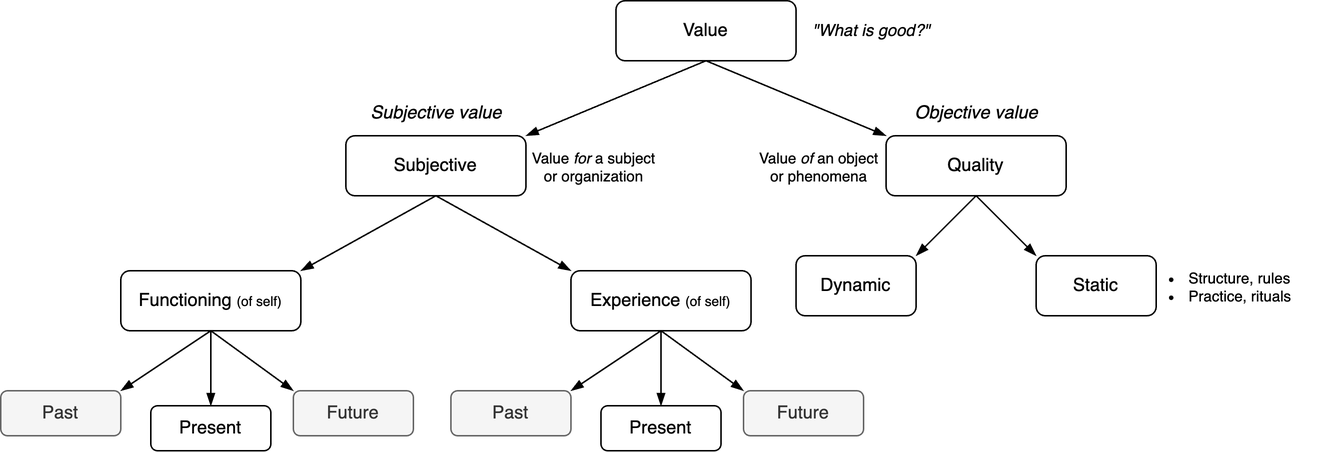
voschezang/coding-handbook keeps this draw.io diagram as img/subjective-quality.png. Above is the earlier version. Source tidied: cells renumbered, new cells last; positions are measured from the earlier drawing's top-left corner, leaving out a move shared by most shapes.
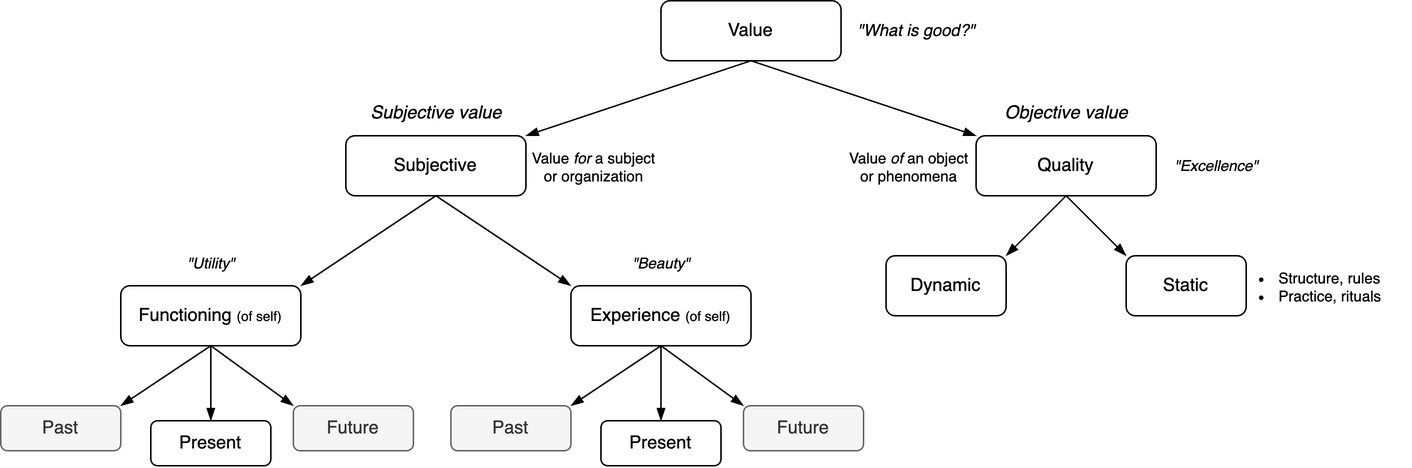
Later version of the same file.

Commit message:
extend img quality

Diff of the diagram source:
```diff
@@ -6,7 +6,7 @@
       <mxGeometry x="230" y="90" width="120" height="40" as="geometry" />
     </mxCell>
     <mxCell id="3" value="&lt;span&gt;Quality&lt;/span&gt;" style="rounded=1;whiteSpace=wrap;html=1;fontStyle=0;strokeColor=default;" parent="1" vertex="1">
-      <mxGeometry x="590" y="90" width="120" height="40" as="geometry" />
+      <mxGeometry x="650" y="90" width="120" height="40" as="geometry" />
     </mxCell>
     <mxCell id="4" style="rounded=0;jettySize=auto;html=1;exitX=0.5;exitY=1;exitDx=0;exitDy=0;entryX=1;entryY=0;entryDx=0;entryDy=0;endArrow=blockThin;endFill=1;fontStyle=0;" parent="1" edge="1" source="6" target="2">
       <mxGeometry relative="1" as="geometry" />
@@ -15,7 +15,7 @@
       <mxGeometry relative="1" as="geometry" />
     </mxCell>
     <mxCell id="6" value="&lt;span&gt;Value&lt;/span&gt;" style="rounded=1;whiteSpace=wrap;html=1;fontStyle=0;" parent="1" vertex="1">
-      <mxGeometry x="410" width="120" height="40" as="geometry" />
+      <mxGeometry x="440" width="120" height="40" as="geometry" />
     </mxCell>
     <mxCell id="7" style="edgeStyle=none;shape=connector;rounded=0;jettySize=auto;html=1;exitX=0.5;exitY=1;exitDx=0;exitDy=0;entryX=1;entryY=0;entryDx=0;entryDy=0;labelBackgroundColor=default;strokeColor=default;align=center;verticalAlign=middle;fontFamily=Helvetica;fontSize=11;fontColor=default;endArrow=blockThin;endFill=1;fontStyle=0;" parent="1" edge="1" source="10" target="15">
       <mxGeometry relative="1" as="geometry" />
@@ -27,10 +27,10 @@
       <mxGeometry relative="1" as="geometry" />
     </mxCell>
     <mxCell id="10" value="&lt;span&gt;Functioning&amp;nbsp;&lt;/span&gt;&lt;font style=&quot;font-size: 9px;&quot;&gt;(of self)&lt;/font&gt;" style="rounded=1;whiteSpace=wrap;html=1;fontStyle=0;" parent="1" vertex="1">
-      <mxGeometry x="80" y="180" width="120" height="40" as="geometry" />
+      <mxGeometry x="80" y="190" width="120" height="40" as="geometry" />
     </mxCell>
     <mxCell id="11" value="&lt;span&gt;Experience&lt;/span&gt; &lt;font style=&quot;font-size: 9px;&quot;&gt;(of self)&lt;/font&gt;" style="rounded=1;whiteSpace=wrap;html=1;fontStyle=0;" parent="1" vertex="1">
-      <mxGeometry x="380" y="180" width="120" height="40" as="geometry" />
+      <mxGeometry x="380" y="190" width="120" height="40" as="geometry" />
     </mxCell>
     <mxCell id="12" style="rounded=0;jettySize=auto;html=1;exitX=0.5;exitY=1;exitDx=0;exitDy=0;entryX=1;entryY=0;entryDx=0;entryDy=0;endArrow=blockThin;endFill=1;fontStyle=0;" parent="1" edge="1" source="2" target="10">
       <mxGeometry relative="1" as="geometry" />
@@ -41,71 +41,80 @@
       </mxGeometry>
     </mxCell>
     <mxCell id="14" value="&lt;span style=&quot;&quot;&gt;Future&lt;/span&gt;" style="rounded=1;whiteSpace=wrap;html=1;fontStyle=0;fillColor=#f5f5f5;fontColor=#333333;strokeColor=#666666;" parent="1" vertex="1">
-      <mxGeometry x="195" y="260" width="80" height="30" as="geometry" />
+      <mxGeometry x="195" y="270" width="80" height="30" as="geometry" />
     </mxCell>
     <mxCell id="15" value="&lt;span style=&quot;&quot;&gt;Past&lt;/span&gt;" style="rounded=1;whiteSpace=wrap;html=1;fontStyle=0;fillColor=#f5f5f5;fontColor=#333333;strokeColor=#666666;" parent="1" vertex="1">
-      <mxGeometry y="260" width="80" height="30" as="geometry" />
+      <mxGeometry y="270" width="80" height="30" as="geometry" />
     </mxCell>
     <mxCell id="16" value="&lt;i&gt;&quot;What is good?&quot;&lt;/i&gt;" style="text;html=1;align=center;verticalAlign=middle;strokeColor=none;fillColor=none;fontSize=11;fontFamily=Helvetica;fontColor=default;fontStyle=0;" parent="1" vertex="1">
-      <mxGeometry x="530" y="5" width="100" height="30" as="geometry" />
+      <mxGeometry x="560" y="5" width="100" height="30" as="geometry" />
     </mxCell>
     <mxCell id="17" value="Value &lt;i&gt;for&lt;/i&gt; a subject &lt;br style=&quot;font-size: 10px;&quot;&gt;or organization" style="text;html=1;align=center;verticalAlign=middle;strokeColor=none;fillColor=none;fontSize=10;fontFamily=Helvetica;fontColor=default;fontStyle=0;" parent="1" vertex="1">
       <mxGeometry x="340" y="90" width="110" height="40" as="geometry" />
     </mxCell>
     <mxCell id="18" value="Value &lt;i&gt;of&lt;/i&gt; an object &lt;br&gt;or phenomena" style="text;html=1;align=center;verticalAlign=middle;strokeColor=none;fillColor=none;fontSize=10;fontFamily=Helvetica;fontColor=default;fontStyle=0;" parent="1" vertex="1">
-      <mxGeometry x="495" y="90" width="100" height="40" as="geometry" />
+      <mxGeometry x="555" y="90" width="100" height="40" as="geometry" />
     </mxCell>
     <mxCell id="19" value="Objective value" style="text;html=1;align=center;verticalAlign=middle;strokeColor=none;fillColor=none;fontStyle=2;" parent="1" vertex="1">
-      <mxGeometry x="595" y="60" width="110" height="30" as="geometry" />
+      <mxGeometry x="655" y="60" width="110" height="30" as="geometry" />
     </mxCell>
     <mxCell id="20" value="Subjective value" style="text;html=1;align=center;verticalAlign=middle;strokeColor=none;fillColor=none;fontStyle=2;" parent="1" vertex="1">
       <mxGeometry x="235" y="60" width="110" height="30" as="geometry" />
     </mxCell>
     <mxCell id="21" value="Dynamic" style="rounded=1;whiteSpace=wrap;html=1;fontStyle=0;" parent="1" vertex="1">
-      <mxGeometry x="530" y="170" width="80" height="40" as="geometry" />
+      <mxGeometry x="590" y="170" width="80" height="40" as="geometry" />
     </mxCell>
     <mxCell id="22" value="Static" style="rounded=1;whiteSpace=wrap;html=1;fontStyle=0;" parent="1" vertex="1">
-      <mxGeometry x="690" y="170" width="80" height="40" as="geometry" />
+      <mxGeometry x="750" y="170" width="80" height="40" as="geometry" />
     </mxCell>
     <mxCell id="23" style="rounded=0;jettySize=auto;html=1;exitX=0.5;exitY=1;exitDx=0;exitDy=0;entryX=1;entryY=0;entryDx=0;entryDy=0;endArrow=blockThin;endFill=1;fontStyle=0;" parent="1" edge="1" target="21">
       <mxGeometry relative="1" as="geometry">
-        <mxPoint x="650" y="130" as="sourcePoint" />
+        <mxPoint x="710" y="130" as="sourcePoint" />
       </mxGeometry>
     </mxCell>
     <mxCell id="24" style="edgeStyle=none;shape=connector;rounded=0;jettySize=auto;html=1;entryX=0;entryY=0;entryDx=0;entryDy=0;labelBackgroundColor=default;strokeColor=default;align=center;verticalAlign=middle;fontFamily=Helvetica;fontSize=11;fontColor=default;endArrow=blockThin;endFill=1;fontStyle=0;" parent="1" edge="1" target="22">
       <mxGeometry relative="1" as="geometry">
-        <mxPoint x="650" y="130" as="sourcePoint" />
+        <mxPoint x="710" y="130" as="sourcePoint" />
       </mxGeometry>
     </mxCell>
     <mxCell id="25" value="&lt;span style=&quot;&quot;&gt;Present&lt;/span&gt;" style="rounded=1;whiteSpace=wrap;html=1;fontStyle=0;" parent="1" vertex="1">
-      <mxGeometry x="100" y="270" width="80" height="30" as="geometry" />
+      <mxGeometry x="100" y="280" width="80" height="30" as="geometry" />
     </mxCell>
     <mxCell id="26" style="edgeStyle=none;shape=connector;rounded=0;jettySize=auto;html=1;exitX=0.5;exitY=1;exitDx=0;exitDy=0;entryX=1;entryY=0;entryDx=0;entryDy=0;labelBackgroundColor=default;strokeColor=default;align=center;verticalAlign=middle;fontFamily=Helvetica;fontSize=11;fontColor=default;endArrow=blockThin;endFill=1;fontStyle=0;" parent="1" edge="1" target="30">
       <mxGeometry relative="1" as="geometry">
-        <mxPoint x="440" y="220" as="sourcePoint" />
+        <mxPoint x="440" y="230" as="sourcePoint" />
       </mxGeometry>
     </mxCell>
     <mxCell id="27" style="edgeStyle=none;shape=connector;rounded=0;jettySize=auto;html=1;exitX=0.5;exitY=1;exitDx=0;exitDy=0;entryX=0;entryY=0;entryDx=0;entryDy=0;labelBackgroundColor=default;strokeColor=default;align=center;verticalAlign=middle;fontFamily=Helvetica;fontSize=11;fontColor=default;endArrow=blockThin;endFill=1;fontStyle=0;" parent="1" edge="1" target="29">
       <mxGeometry relative="1" as="geometry">
-        <mxPoint x="440" y="220" as="sourcePoint" />
+        <mxPoint x="440" y="230" as="sourcePoint" />
       </mxGeometry>
     </mxCell>
     <mxCell id="28" style="edgeStyle=none;shape=connector;rounded=0;jettySize=auto;html=1;exitX=0.5;exitY=1;exitDx=0;exitDy=0;entryX=0.5;entryY=0;entryDx=0;entryDy=0;labelBackgroundColor=default;strokeColor=default;align=center;verticalAlign=middle;fontFamily=Helvetica;fontSize=11;fontColor=default;endArrow=blockThin;endFill=1;" parent="1" edge="1" target="31">
       <mxGeometry relative="1" as="geometry">
-        <mxPoint x="440" y="220" as="sourcePoint" />
+        <mxPoint x="440" y="230" as="sourcePoint" />
       </mxGeometry>
     </mxCell>
     <mxCell id="29" value="&lt;span style=&quot;&quot;&gt;Future&lt;/span&gt;" style="rounded=1;whiteSpace=wrap;html=1;fontStyle=0;fillColor=#f5f5f5;fontColor=#333333;strokeColor=#666666;" parent="1" vertex="1">
-      <mxGeometry x="495" y="260" width="80" height="30" as="geometry" />
+      <mxGeometry x="495" y="270" width="80" height="30" as="geometry" />
     </mxCell>
     <mxCell id="30" value="&lt;span style=&quot;&quot;&gt;Past&lt;/span&gt;" style="rounded=1;whiteSpace=wrap;html=1;fontStyle=0;fillColor=#f5f5f5;fontColor=#333333;strokeColor=#666666;" parent="1" vertex="1">
-      <mxGeometry x="300" y="260" width="80" height="30" as="geometry" />
+      <mxGeometry x="300" y="270" width="80" height="30" as="geometry" />
     </mxCell>
     <mxCell id="31" value="&lt;span style=&quot;&quot;&gt;Present&lt;/span&gt;" style="rounded=1;whiteSpace=wrap;html=1;fontStyle=0;" parent="1" vertex="1">
-      <mxGeometry x="400" y="270" width="80" height="30" as="geometry" />
+      <mxGeometry x="400" y="280" width="80" height="30" as="geometry" />
     </mxCell>
     <mxCell id="32" value="&lt;ul&gt;&lt;li&gt;Structure, rules&lt;/li&gt;&lt;li&gt;Practice, rituals&lt;/li&gt;&lt;/ul&gt;" style="text;html=1;align=left;verticalAlign=middle;strokeColor=none;fillColor=none;fontSize=10;fontFamily=Helvetica;fontColor=default;fontStyle=0;" parent="1" vertex="1">
-      <mxGeometry x="750" y="160" width="130" height="60" as="geometry" />
+      <mxGeometry x="810" y="160" width="130" height="60" as="geometry" />
     </mxCell>
+    <mxCell id="33" value="&lt;i&gt;&lt;font style=&quot;font-size: 10px;&quot;&gt;&quot;Beauty&quot;&lt;/font&gt;&lt;/i&gt;" style="text;html=1;align=center;verticalAlign=middle;strokeColor=none;fillColor=none;fontSize=11;fontFamily=Helvetica;fontColor=default;fontStyle=0;" parent="1" vertex="1">
+      <mxGeometry x="410" y="160" width="60" height="30" as="geometry" />
+    </mxCell>
+    <mxCell id="34" value="&lt;i&gt;&lt;font style=&quot;font-size: 10px;&quot;&gt;&quot;Excellence&quot;&lt;/font&gt;&lt;/i&gt;" style="text;html=1;align=center;verticalAlign=middle;strokeColor=none;fillColor=none;fontSize=11;fontFamily=Helvetica;fontColor=default;fontStyle=0;" parent="1" vertex="1">
+      <mxGeometry x="770" y="95" width="80" height="30" as="geometry" />
+    </mxCell>
+    <mxCell id="35" value="&lt;i&gt;&lt;font style=&quot;font-size: 10px;&quot;&gt;&quot;Utility&quot;&lt;/font&gt;&lt;/i&gt;" style="text;html=1;align=center;verticalAlign=middle;strokeColor=none;fillColor=none;fontSize=11;fontFamily=Helvetica;fontColor=default;fontStyle=0;" parent="1" vertex="1">
+      <mxGeometry x="110" y="160" width="60" height="30" as="geometry" />
+    </mxCell>
   </root>
 </mxGraphModel>
```
